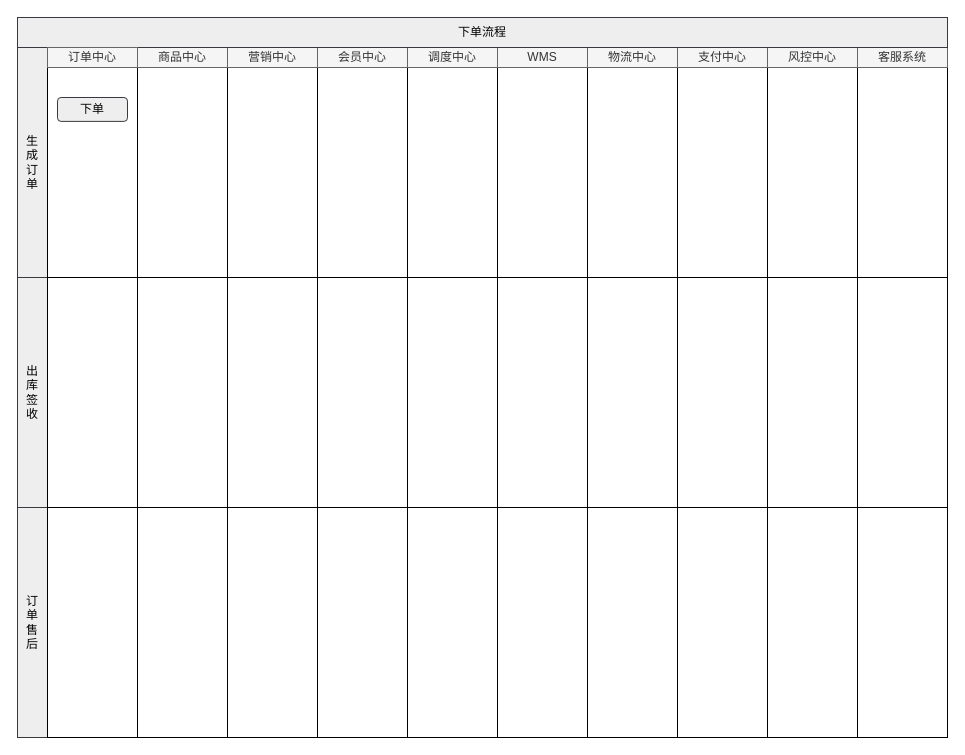
plx927/Java-Core-learning keeps this draw.io diagram as 电商业务.drawio. Above is the earlier version. Source tidied: cells renumbered, new cells numbered last; positions are measured from the earlier drawing's top-left corner, leaving out a move shared by most shapes. Both pictures are drawn from the tidied source at 100%, with x=0, y=0 at pixel (17, 17).
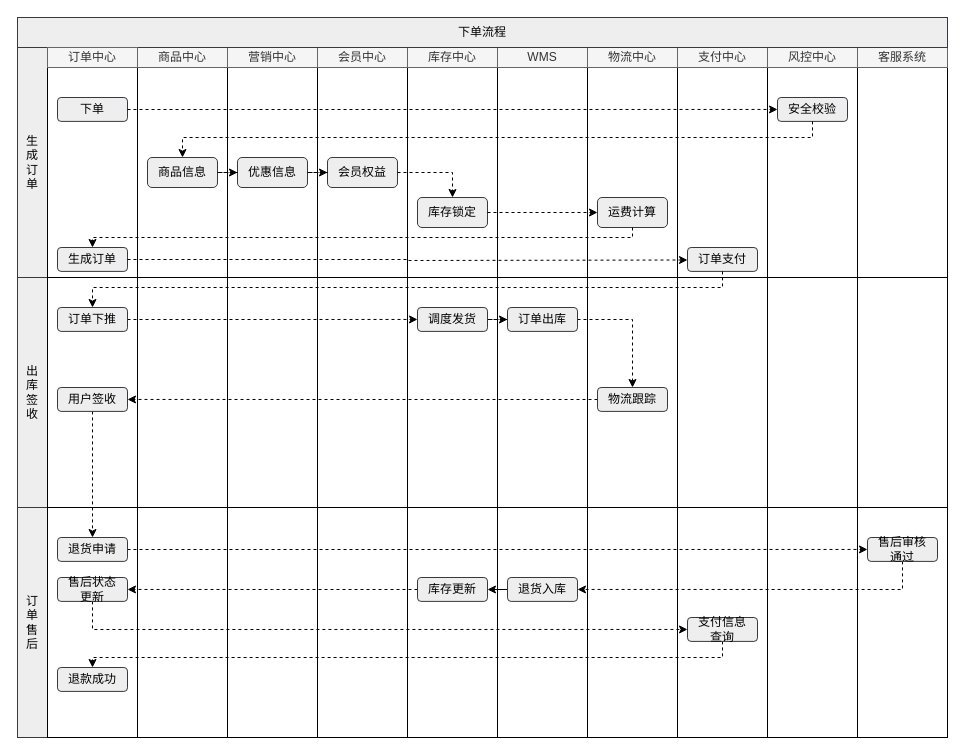
After the change.

Commit message:
更新电商业务.drawio

Unchanged cells that the change refers to:
```xml
<mxCell id="5" style="group;fillColor=#eeeeee;strokeColor=#36393d;" parent="1" vertex="1">
  <mxGeometry x="210" y="30" width="90" height="230" as="geometry" />
</mxCell>
<mxCell id="8" style="group;fillColor=#eeeeee;strokeColor=#36393d;" parent="1" vertex="1">
  <mxGeometry x="300" y="30" width="90" height="230" as="geometry" />
</mxCell>
<mxCell id="11" style="group;fillColor=#eeeeee;strokeColor=#36393d;" parent="1" vertex="1">
  <mxGeometry x="390" y="30" width="90" height="230" as="geometry" />
</mxCell>
<mxCell id="17" style="group;" parent="1" vertex="1">
  <mxGeometry x="570" y="30" width="90" height="230" as="geometry" />
</mxCell>
<mxCell id="20" style="group;" parent="1" vertex="1">
  <mxGeometry x="660" y="30" width="90" height="230" as="geometry" />
</mxCell>
<mxCell id="23" style="group;" parent="1" vertex="1">
  <mxGeometry x="750" y="30" width="90" height="230" as="geometry" />
</mxCell>
<mxCell id="53" style="group;fillColor=#eeeeee;strokeColor=#36393d;" parent="1" vertex="1">
  <mxGeometry x="30" y="30" width="90" height="230" as="geometry" />
</mxCell>
<mxCell id="56" value="下单" style="rounded=1;whiteSpace=wrap;html=1;fillColor=#eeeeee;strokeColor=#36393d;" parent="53" vertex="1">
  <mxGeometry x="10" y="50" width="70" height="23.9" as="geometry" />
</mxCell>
```

The edit, as a diff of the source:
```diff
@@
-    <mxCell id="2" style="group;fillColor=#eeeeee;strokeColor=#36393d;" parent="1" vertex="1">
+    <mxCell id="2" style="group;fillColor=#eeeeee;strokeColor=#36393d;dashed=1;dashPattern=12 12;" parent="1" vertex="1">
       <mxGeometry x="120" y="30" width="90" height="230" as="geometry" />
     </mxCell>
@@
+    <mxCell id="57" value="商品信息" style="rounded=1;whiteSpace=wrap;html=1;fillColor=#eeeeee;strokeColor=#36393d;" parent="2" vertex="1">
+      <mxGeometry x="10" y="110" width="70" height="30" as="geometry" />
+    </mxCell>
@@
+    <mxCell id="58" value="优惠信息" style="rounded=1;whiteSpace=wrap;html=1;fillColor=#eeeeee;strokeColor=#36393d;" parent="5" vertex="1">
+      <mxGeometry x="10" y="110" width="70" height="30" as="geometry" />
+    </mxCell>
@@
+    <mxCell id="59" value="会员权益" style="rounded=1;whiteSpace=wrap;html=1;fillColor=#eeeeee;strokeColor=#36393d;" parent="8" vertex="1">
+      <mxGeometry x="10" y="110" width="70" height="30" as="geometry" />
+    </mxCell>
@@
-    <mxCell id="13" value="调度中心" style="rounded=0;whiteSpace=wrap;html=1;fillColor=#f5f5f5;fontColor=#333333;strokeColor=#666666;" parent="11" vertex="1">
+    <mxCell id="13" value="库存中心" style="rounded=0;whiteSpace=wrap;html=1;fillColor=#f5f5f5;fontColor=#333333;strokeColor=#666666;" parent="11" vertex="1">
       <mxGeometry width="90" height="20" as="geometry" />
     </mxCell>
+    <mxCell id="60" value="库存锁定" style="rounded=1;whiteSpace=wrap;html=1;fillColor=#eeeeee;strokeColor=#36393d;" parent="11" vertex="1">
+      <mxGeometry x="10" y="150" width="70" height="30" as="geometry" />
+    </mxCell>
@@
+    <mxCell id="61" value="运费计算" style="rounded=1;whiteSpace=wrap;html=1;fillColor=#eeeeee;strokeColor=#36393d;" parent="17" vertex="1">
+      <mxGeometry x="10" y="150" width="70" height="30" as="geometry" />
+    </mxCell>
@@
+    <mxCell id="62" value="订单支付" style="rounded=1;whiteSpace=wrap;html=1;fillColor=#eeeeee;strokeColor=#36393d;" parent="20" vertex="1">
+      <mxGeometry x="10" y="200" width="70" height="23.9" as="geometry" />
+    </mxCell>
@@
+    <mxCell id="63" value="安全校验" style="rounded=1;whiteSpace=wrap;html=1;fillColor=#eeeeee;strokeColor=#36393d;" parent="23" vertex="1">
+      <mxGeometry x="10" y="50" width="70" height="23.9" as="geometry" />
+    </mxCell>
@@
+    <mxCell id="64" value="生成订单" style="rounded=1;whiteSpace=wrap;html=1;fillColor=#eeeeee;strokeColor=#36393d;" parent="53" vertex="1">
+      <mxGeometry x="10" y="200" width="70" height="23.9" as="geometry" />
+    </mxCell>
+    <mxCell id="65" style="edgeStyle=orthogonalEdgeStyle;rounded=0;jettySize=auto;html=1;entryX=0;entryY=0.5;entryDx=0;entryDy=0;dashed=1;" parent="1" edge="1" source="56" target="63">
+      <mxGeometry relative="1" as="geometry" />
+    </mxCell>
+    <mxCell id="66" style="edgeStyle=orthogonalEdgeStyle;rounded=0;jettySize=auto;html=1;dashed=1;" parent="1" edge="1" source="63" target="57">
+      <mxGeometry relative="1" as="geometry">
+        <Array as="points">
+          <mxPoint x="795" y="120" />
+          <mxPoint x="165" y="120" />
+        </Array>
+      </mxGeometry>
+    </mxCell>
+    <mxCell id="67" style="edgeStyle=orthogonalEdgeStyle;rounded=0;jettySize=auto;html=1;dashed=1;" parent="1" edge="1" source="57" target="58">
+      <mxGeometry relative="1" as="geometry" />
+    </mxCell>
+    <mxCell id="68" style="edgeStyle=orthogonalEdgeStyle;rounded=0;jettySize=auto;html=1;dashed=1;" parent="1" edge="1" source="58" target="59">
+      <mxGeometry relative="1" as="geometry" />
+    </mxCell>
+    <mxCell id="69" style="edgeStyle=orthogonalEdgeStyle;rounded=0;jettySize=auto;html=1;dashed=1;" parent="1" edge="1" source="59" target="60">
+      <mxGeometry relative="1" as="geometry" />
+    </mxCell>
+    <mxCell id="70" style="edgeStyle=orthogonalEdgeStyle;rounded=0;jettySize=auto;html=1;dashed=1;" parent="1" edge="1" source="60" target="61">
+      <mxGeometry relative="1" as="geometry" />
+    </mxCell>
+    <mxCell id="71" style="edgeStyle=orthogonalEdgeStyle;rounded=0;jettySize=auto;html=1;entryX=0.5;entryY=0;entryDx=0;entryDy=0;dashed=1;" parent="1" edge="1" source="61" target="64">
+      <mxGeometry relative="1" as="geometry">
+        <Array as="points">
+          <mxPoint x="615" y="220" />
+          <mxPoint x="75" y="220" />
+        </Array>
+      </mxGeometry>
+    </mxCell>
+    <mxCell id="72" style="edgeStyle=orthogonalEdgeStyle;rounded=0;jettySize=auto;html=1;entryX=0;entryY=0.75;entryDx=0;entryDy=0;dashed=1;" parent="1" edge="1" source="64">
+      <mxGeometry relative="1" as="geometry">
+        <mxPoint x="670" y="242.5" as="targetPoint" />
+      </mxGeometry>
+    </mxCell>
+    <mxCell id="73" style="edgeStyle=orthogonalEdgeStyle;rounded=0;jettySize=auto;html=1;entryX=0;entryY=0.5;entryDx=0;entryDy=0;dashed=1;" parent="1" edge="1" source="74" target="77">
+      <mxGeometry relative="1" as="geometry" />
+    </mxCell>
+    <mxCell id="74" value="订单下推" style="rounded=1;whiteSpace=wrap;html=1;fillColor=#eeeeee;strokeColor=#36393d;" parent="1" vertex="1">
+      <mxGeometry x="40" y="290" width="70" height="23.9" as="geometry" />
+    </mxCell>
+    <mxCell id="75" style="edgeStyle=orthogonalEdgeStyle;rounded=0;jettySize=auto;html=1;entryX=0.5;entryY=0;entryDx=0;entryDy=0;dashed=1;" parent="1" edge="1" source="62" target="74">
+      <mxGeometry relative="1" as="geometry">
+        <Array as="points">
+          <mxPoint x="705" y="270" />
+          <mxPoint x="75" y="270" />
+        </Array>
+      </mxGeometry>
+    </mxCell>
+    <mxCell id="76" style="edgeStyle=orthogonalEdgeStyle;rounded=0;jettySize=auto;html=1;dashed=1;" parent="1" edge="1" source="77" target="79">
+      <mxGeometry relative="1" as="geometry" />
+    </mxCell>
+    <mxCell id="77" value="调度发货" style="rounded=1;whiteSpace=wrap;html=1;fillColor=#eeeeee;strokeColor=#36393d;" parent="1" vertex="1">
+      <mxGeometry x="400" y="290" width="70" height="23.9" as="geometry" />
+    </mxCell>
+    <mxCell id="78" style="edgeStyle=orthogonalEdgeStyle;rounded=0;jettySize=auto;html=1;entryX=0.5;entryY=0;entryDx=0;entryDy=0;dashed=1;" parent="1" edge="1" source="79" target="81">
+      <mxGeometry relative="1" as="geometry" />
+    </mxCell>
+    <mxCell id="79" value="订单出库" style="rounded=1;whiteSpace=wrap;html=1;fillColor=#eeeeee;strokeColor=#36393d;" parent="1" vertex="1">
+      <mxGeometry x="490" y="290" width="70" height="23.9" as="geometry" />
+    </mxCell>
+    <mxCell id="80" style="edgeStyle=orthogonalEdgeStyle;rounded=0;jettySize=auto;html=1;entryX=1;entryY=0.5;entryDx=0;entryDy=0;dashed=1;" parent="1" edge="1" source="81" target="83">
+      <mxGeometry relative="1" as="geometry" />
+    </mxCell>
+    <mxCell id="81" value="物流跟踪" style="rounded=1;whiteSpace=wrap;html=1;fillColor=#eeeeee;strokeColor=#36393d;" parent="1" vertex="1">
+      <mxGeometry x="580" y="370" width="70" height="23.9" as="geometry" />
+    </mxCell>
+    <mxCell id="82" style="edgeStyle=orthogonalEdgeStyle;rounded=0;jettySize=auto;html=1;dashed=1;" parent="1" edge="1" source="83" target="85">
+      <mxGeometry relative="1" as="geometry" />
+    </mxCell>
+    <mxCell id="83" value="用户签收" style="rounded=1;whiteSpace=wrap;html=1;fillColor=#eeeeee;strokeColor=#36393d;" parent="1" vertex="1">
+      <mxGeometry x="40" y="370" width="70" height="23.9" as="geometry" />
+    </mxCell>
+    <mxCell id="84" style="edgeStyle=orthogonalEdgeStyle;rounded=0;jettySize=auto;html=1;entryX=0;entryY=0.5;entryDx=0;entryDy=0;dashed=1;" parent="1" edge="1" source="85" target="87">
+      <mxGeometry relative="1" as="geometry" />
+    </mxCell>
+    <mxCell id="85" value="退货申请" style="rounded=1;whiteSpace=wrap;html=1;fillColor=#eeeeee;strokeColor=#36393d;" parent="1" vertex="1">
+      <mxGeometry x="40" y="520" width="70" height="23.9" as="geometry" />
+    </mxCell>
+    <mxCell id="86" style="edgeStyle=orthogonalEdgeStyle;rounded=0;jettySize=auto;html=1;entryX=1;entryY=0.5;entryDx=0;entryDy=0;dashed=1;" parent="1" edge="1" source="87" target="89">
+      <mxGeometry relative="1" as="geometry">
+        <Array as="points">
+          <mxPoint x="885" y="572" />
+        </Array>
+      </mxGeometry>
+    </mxCell>
+    <mxCell id="87" value="售后审核&lt;br&gt;通过" style="rounded=1;whiteSpace=wrap;html=1;fillColor=#eeeeee;strokeColor=#36393d;" parent="1" vertex="1">
+      <mxGeometry x="850" y="520" width="70" height="23.9" as="geometry" />
+    </mxCell>
+    <mxCell id="88" style="edgeStyle=orthogonalEdgeStyle;rounded=0;jettySize=auto;html=1;entryX=1;entryY=0.5;entryDx=0;entryDy=0;" parent="1" edge="1" source="89" target="91">
+      <mxGeometry relative="1" as="geometry" />
+    </mxCell>
+    <mxCell id="89" value="退货入库" style="rounded=1;whiteSpace=wrap;html=1;fillColor=#eeeeee;strokeColor=#36393d;" parent="1" vertex="1">
+      <mxGeometry x="490" y="560" width="70" height="23.9" as="geometry" />
+    </mxCell>
+    <mxCell id="90" style="edgeStyle=orthogonalEdgeStyle;rounded=0;jettySize=auto;html=1;entryX=1;entryY=0.5;entryDx=0;entryDy=0;dashed=1;" parent="1" edge="1" source="91" target="93">
+      <mxGeometry relative="1" as="geometry" />
+    </mxCell>
+    <mxCell id="91" value="库存更新" style="rounded=1;whiteSpace=wrap;html=1;fillColor=#eeeeee;strokeColor=#36393d;" parent="1" vertex="1">
+      <mxGeometry x="400" y="560" width="70" height="23.9" as="geometry" />
+    </mxCell>
+    <mxCell id="92" style="edgeStyle=orthogonalEdgeStyle;rounded=0;jettySize=auto;html=1;entryX=0;entryY=0.5;entryDx=0;entryDy=0;dashed=1;" parent="1" edge="1" source="93" target="95">
+      <mxGeometry relative="1" as="geometry">
+        <Array as="points">
+          <mxPoint x="75" y="612" />
+        </Array>
+      </mxGeometry>
+    </mxCell>
+    <mxCell id="93" value="售后状态&lt;br&gt;更新" style="rounded=1;whiteSpace=wrap;html=1;fillColor=#eeeeee;strokeColor=#36393d;" parent="1" vertex="1">
+      <mxGeometry x="40" y="560" width="70" height="23.9" as="geometry" />
+    </mxCell>
+    <mxCell id="94" style="edgeStyle=orthogonalEdgeStyle;rounded=0;jettySize=auto;html=1;dashed=1;" parent="1" edge="1" source="95" target="96">
+      <mxGeometry relative="1" as="geometry">
+        <Array as="points">
+          <mxPoint x="705" y="640" />
+          <mxPoint x="75" y="640" />
+        </Array>
+      </mxGeometry>
+    </mxCell>
+    <mxCell id="95" value="支付信息&lt;br&gt;查询" style="rounded=1;whiteSpace=wrap;html=1;fillColor=#eeeeee;strokeColor=#36393d;" parent="1" vertex="1">
+      <mxGeometry x="670" y="600" width="70" height="23.9" as="geometry" />
+    </mxCell>
+    <mxCell id="96" value="退款成功" style="rounded=1;whiteSpace=wrap;html=1;fillColor=#eeeeee;strokeColor=#36393d;" parent="1" vertex="1">
+      <mxGeometry x="40" y="650" width="70" height="23.9" as="geometry" />
+    </mxCell>
```
